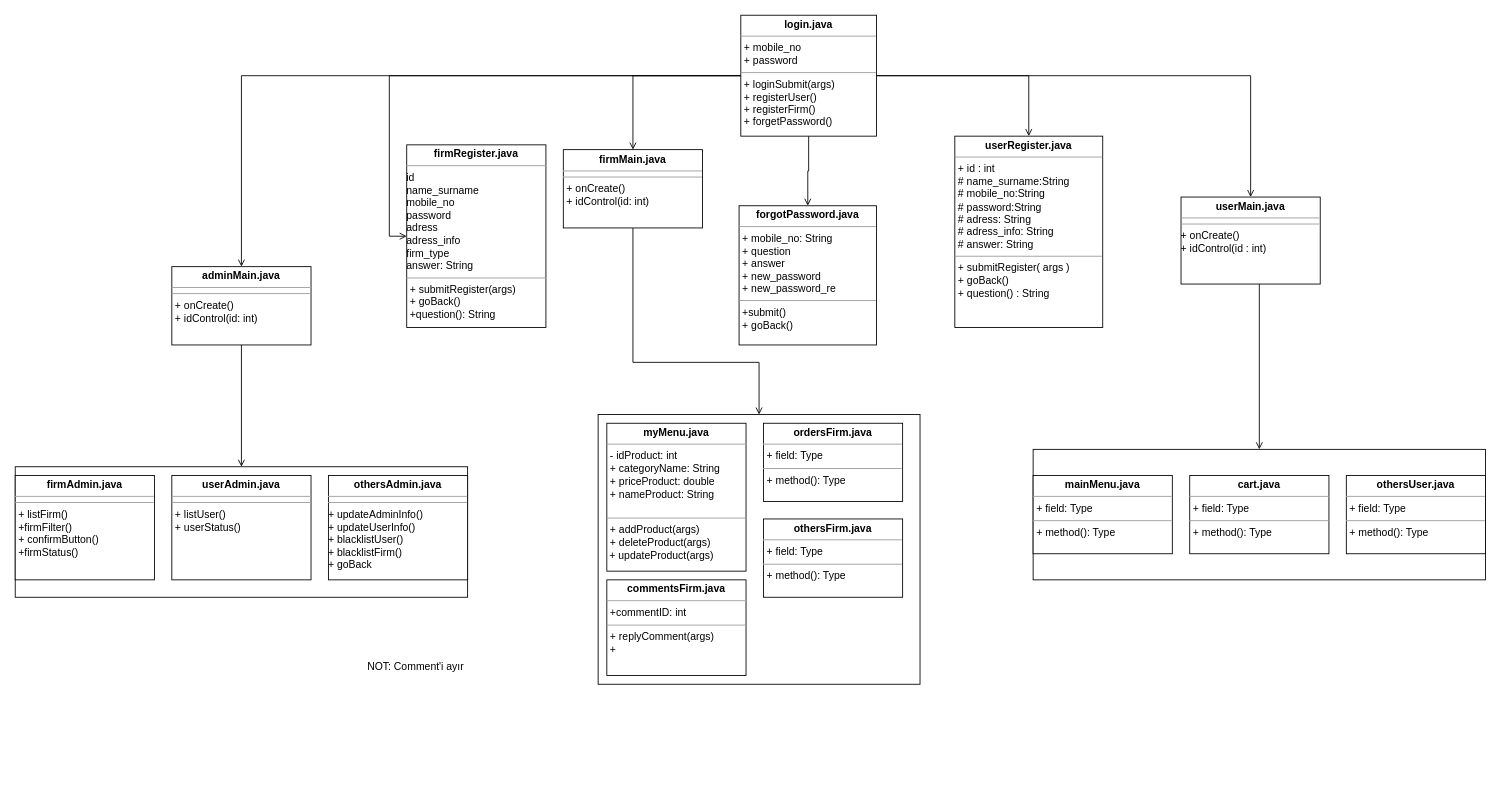
The draw.io diagram documentation/Untitled Diagram.drawio in fatihy101/yemek-siparis-app, before the edit. Source tidied: cells renumbered, new cells numbered last; positions are measured from the earlier drawing's top-left corner, leaving out a move shared by most shapes. Both pictures are drawn from the tidied source at 87%, with x=0, y=0 at pixel (15, 15).
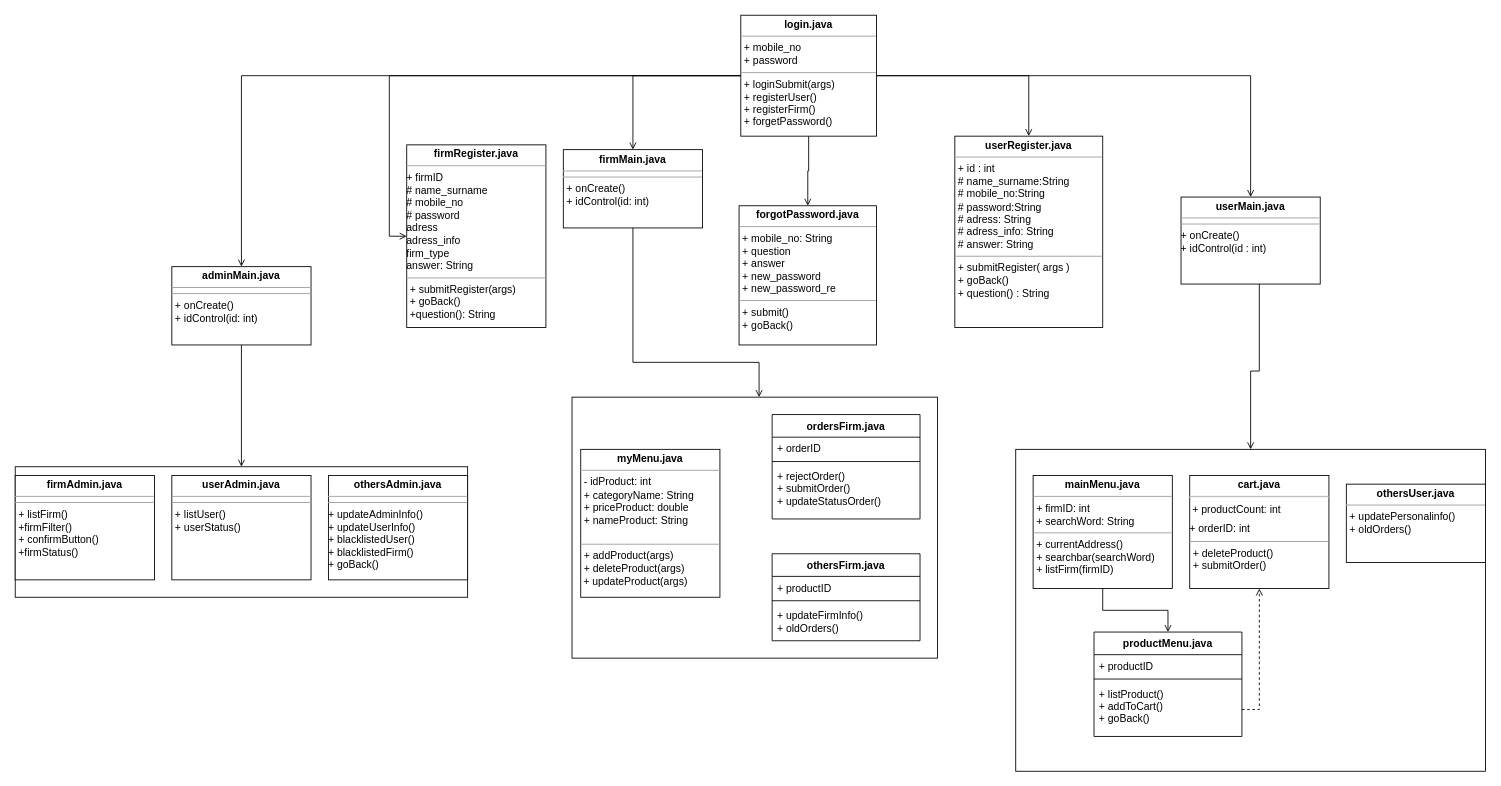
The same page after the edit.

What changed in the source:
```diff
@@
-    <mxCell id="11" value="&lt;p style=&quot;margin: 0px ; margin-top: 4px ; text-align: center&quot;&gt;&lt;b&gt;firmRegister.java&lt;/b&gt;&lt;br&gt;&lt;/p&gt;&lt;hr size=&quot;1&quot;&gt;id&lt;br&gt;name_surname&lt;br&gt;mobile_no&lt;br&gt;password&lt;br&gt;adress&lt;br&gt;adress_info&lt;br&gt;&lt;div&gt;firm_type&lt;/div&gt;&lt;div&gt;answer: String&lt;br&gt;&lt;/div&gt;&lt;hr size=&quot;1&quot;&gt;&lt;p style=&quot;margin: 0px ; margin-left: 4px&quot;&gt;+ submitRegister(args)&lt;/p&gt;&lt;p style=&quot;margin: 0px ; margin-left: 4px&quot;&gt;+ goBack()&lt;/p&gt;&lt;p style=&quot;margin: 0px ; margin-left: 4px&quot;&gt;+question(): String&lt;br&gt;&lt;/p&gt;" style="verticalAlign=top;align=left;overflow=fill;fontSize=12;fontFamily=Helvetica;html=1;" parent="1" vertex="1">
+    <mxCell id="11" value="&lt;p style=&quot;margin: 0px ; margin-top: 4px ; text-align: center&quot;&gt;&lt;b&gt;firmRegister.java&lt;/b&gt;&lt;br&gt;&lt;/p&gt;&lt;hr size=&quot;1&quot;&gt;+ firmID&lt;br&gt;# name_surname&lt;br&gt;# mobile_no&lt;br&gt;# password&lt;br&gt;adress&lt;br&gt;adress_info&lt;br&gt;&lt;div&gt;firm_type&lt;/div&gt;&lt;div&gt;answer: String&lt;br&gt;&lt;/div&gt;&lt;hr size=&quot;1&quot;&gt;&lt;p style=&quot;margin: 0px ; margin-left: 4px&quot;&gt;+ submitRegister(args)&lt;/p&gt;&lt;p style=&quot;margin: 0px ; margin-left: 4px&quot;&gt;+ goBack()&lt;/p&gt;&lt;p style=&quot;margin: 0px ; margin-left: 4px&quot;&gt;+question(): String&lt;br&gt;&lt;/p&gt;" style="verticalAlign=top;align=left;overflow=fill;fontSize=12;fontFamily=Helvetica;html=1;" parent="1" vertex="1">
       <mxGeometry x="450" y="149" width="160" height="210" as="geometry" />
     </mxCell>
@@
-    <mxCell id="20" value="&lt;p style=&quot;margin: 0px ; margin-top: 4px ; text-align: center&quot;&gt;&lt;b&gt;othersAdmin.java&lt;/b&gt;&lt;/p&gt;&lt;hr size=&quot;1&quot;&gt;&lt;hr size=&quot;1&quot;&gt;&lt;div&gt;+ updateAdminInfo()&lt;/div&gt;&lt;div&gt;+ updateUserInfo()&lt;/div&gt;&lt;div&gt;+ blacklistUser()&lt;/div&gt;&lt;div&gt;+ blacklistFirm()&lt;/div&gt;&lt;div&gt;+ goBack&lt;br&gt;&lt;/div&gt;" style="verticalAlign=top;align=left;overflow=fill;fontSize=12;fontFamily=Helvetica;html=1;" parent="1" vertex="1">
+    <mxCell id="20" value="&lt;p style=&quot;margin: 0px ; margin-top: 4px ; text-align: center&quot;&gt;&lt;b&gt;othersAdmin.java&lt;/b&gt;&lt;/p&gt;&lt;hr size=&quot;1&quot;&gt;&lt;hr size=&quot;1&quot;&gt;&lt;div&gt;+ updateAdminInfo()&lt;/div&gt;&lt;div&gt;+ updateUserInfo()&lt;/div&gt;&lt;div&gt;+ blacklistedUser()&lt;/div&gt;&lt;div&gt;+ blacklistedFirm()&lt;/div&gt;&lt;div&gt;+ goBack()&lt;br&gt;&lt;/div&gt;" style="verticalAlign=top;align=left;overflow=fill;fontSize=12;fontFamily=Helvetica;html=1;" parent="1" vertex="1">
       <mxGeometry x="360" y="529" width="160" height="120" as="geometry" />
     </mxCell>
     <mxCell id="21" style="rounded=0;whiteSpace=wrap;html=1;" parent="1" vertex="1">
-      <mxGeometry x="670" y="459" width="370" height="310" as="geometry" />
+      <mxGeometry x="640" y="439" width="420" height="300" as="geometry" />
     </mxCell>
     <mxCell id="22" value="&lt;p style=&quot;margin: 0px ; margin-top: 4px ; text-align: center&quot;&gt;&lt;b&gt;myMenu.java&lt;/b&gt;&lt;/p&gt;&lt;hr size=&quot;1&quot;&gt;&lt;p style=&quot;margin: 0px ; margin-left: 4px&quot;&gt;- idProduct: int&lt;br&gt;&lt;/p&gt;&lt;p style=&quot;margin: 0px ; margin-left: 4px&quot;&gt;+ categoryName: String&lt;/p&gt;&lt;p style=&quot;margin: 0px ; margin-left: 4px&quot;&gt;+ priceProduct: double&lt;/p&gt;&lt;p style=&quot;margin: 0px ; margin-left: 4px&quot;&gt;+ nameProduct: String&lt;/p&gt;&lt;p style=&quot;margin: 0px ; margin-left: 4px&quot;&gt;&lt;br&gt;&lt;/p&gt;&lt;hr size=&quot;1&quot;&gt;&lt;p style=&quot;margin: 0px ; margin-left: 4px&quot;&gt;+ addProduct(args)&lt;/p&gt;&lt;p style=&quot;margin: 0px ; margin-left: 4px&quot;&gt;+ deleteProduct(args)&lt;br&gt;&lt;/p&gt;&amp;nbsp;+ updateProduct(args)" style="verticalAlign=top;align=left;overflow=fill;fontSize=12;fontFamily=Helvetica;html=1;" parent="1" vertex="1">
-      <mxGeometry x="680" y="469" width="160" height="170" as="geometry" />
+      <mxGeometry x="650" y="499" width="160" height="170" as="geometry" />
     </mxCell>
-    <mxCell id="23" value="&lt;p style=&quot;margin: 0px ; margin-top: 4px ; text-align: center&quot;&gt;&lt;b&gt;othersFirm.java&lt;/b&gt;&lt;/p&gt;&lt;hr size=&quot;1&quot;&gt;&lt;p style=&quot;margin: 0px ; margin-left: 4px&quot;&gt;+ field: Type&lt;/p&gt;&lt;hr size=&quot;1&quot;&gt;&lt;p style=&quot;margin: 0px ; margin-left: 4px&quot;&gt;+ method(): Type&lt;/p&gt;" style="verticalAlign=top;align=left;overflow=fill;fontSize=12;fontFamily=Helvetica;html=1;" parent="1" vertex="1">
-      <mxGeometry x="860" y="579" width="160" height="90" as="geometry" />
-    </mxCell>
-    <mxCell id="24" value="&lt;p style=&quot;margin: 0px ; margin-top: 4px ; text-align: center&quot;&gt;&lt;b&gt;ordersFirm.java&lt;/b&gt;&lt;/p&gt;&lt;hr size=&quot;1&quot;&gt;&lt;p style=&quot;margin: 0px ; margin-left: 4px&quot;&gt;+ field: Type&lt;/p&gt;&lt;hr size=&quot;1&quot;&gt;&lt;p style=&quot;margin: 0px ; margin-left: 4px&quot;&gt;+ method(): Type&lt;/p&gt;" style="verticalAlign=top;align=left;overflow=fill;fontSize=12;fontFamily=Helvetica;html=1;" parent="1" vertex="1">
-      <mxGeometry x="860" y="469" width="160" height="90" as="geometry" />
-    </mxCell>
     <mxCell id="25" style="rounded=0;whiteSpace=wrap;html=1;" parent="1" vertex="1">
-      <mxGeometry x="1170" y="499" width="520" height="150" as="geometry" />
+      <mxGeometry x="1150" y="499" width="540" height="370" as="geometry" />
     </mxCell>
+    <mxCell id="32" style="edgeStyle=orthogonalEdgeStyle;rounded=0;jettySize=auto;html=1;entryX=0.5;entryY=0;entryDx=0;entryDy=0;endArrow=open;endFill=0;" parent="1" edge="1" source="26" target="33">
+      <mxGeometry relative="1" as="geometry" />
+    </mxCell>
-    <mxCell id="26" value="&lt;p style=&quot;margin: 0px ; margin-top: 4px ; text-align: center&quot;&gt;&lt;b&gt;mainMenu.java&lt;/b&gt;&lt;/p&gt;&lt;hr size=&quot;1&quot;&gt;&lt;p style=&quot;margin: 0px ; margin-left: 4px&quot;&gt;+ field: Type&lt;/p&gt;&lt;hr size=&quot;1&quot;&gt;&lt;p style=&quot;margin: 0px ; margin-left: 4px&quot;&gt;+ method(): Type&lt;/p&gt;" style="verticalAlign=top;align=left;overflow=fill;fontSize=12;fontFamily=Helvetica;html=1;" parent="1" vertex="1">
-      <mxGeometry x="1170" y="529" width="160" height="90" as="geometry" />
+    <mxCell id="26" value="&lt;p style=&quot;margin: 0px ; margin-top: 4px ; text-align: center&quot;&gt;&lt;b&gt;mainMenu.java&lt;/b&gt;&lt;/p&gt;&lt;hr size=&quot;1&quot;&gt;&lt;p style=&quot;margin: 0px ; margin-left: 4px&quot;&gt;+ firmID: int&lt;br&gt;&lt;/p&gt;&lt;p style=&quot;margin: 0px ; margin-left: 4px&quot;&gt;+ searchWord: String&lt;br&gt;&lt;/p&gt;&lt;hr size=&quot;1&quot;&gt;&lt;p style=&quot;margin: 0px ; margin-left: 4px&quot;&gt;+ currentAddress()&lt;/p&gt;&lt;p style=&quot;margin: 0px ; margin-left: 4px&quot;&gt;+ searchbar(searchWord) &lt;br&gt;&lt;/p&gt;&lt;p style=&quot;margin: 0px ; margin-left: 4px&quot;&gt;+ listFirm(firmID)&lt;/p&gt;&lt;br&gt;&lt;p style=&quot;margin: 0px ; margin-left: 4px&quot;&gt;&lt;br&gt;&lt;/p&gt;&lt;p style=&quot;margin: 0px ; margin-left: 4px&quot;&gt;&lt;br&gt;&lt;/p&gt;" style="verticalAlign=top;align=left;overflow=fill;fontSize=12;fontFamily=Helvetica;html=1;" parent="1" vertex="1">
+      <mxGeometry x="1170" y="529" width="160" height="130" as="geometry" />
     </mxCell>
-    <mxCell id="27" value="&lt;p style=&quot;margin: 0px ; margin-top: 4px ; text-align: center&quot;&gt;&lt;b&gt;cart.java&lt;/b&gt;&lt;/p&gt;&lt;hr size=&quot;1&quot;&gt;&lt;p style=&quot;margin: 0px ; margin-left: 4px&quot;&gt;+ field: Type&lt;/p&gt;&lt;hr size=&quot;1&quot;&gt;&lt;p style=&quot;margin: 0px ; margin-left: 4px&quot;&gt;+ method(): Type&lt;/p&gt;" style="verticalAlign=top;align=left;overflow=fill;fontSize=12;fontFamily=Helvetica;html=1;" parent="1" vertex="1">
-      <mxGeometry x="1350" y="529" width="160" height="90" as="geometry" />
+    <mxCell id="27" value="&lt;p style=&quot;margin: 0px ; margin-top: 4px ; text-align: center&quot;&gt;&lt;b&gt;cart.java&lt;/b&gt;&lt;/p&gt;&lt;hr&gt;&lt;p style=&quot;margin: 4px 0px 0px&quot; align=&quot;left&quot;&gt;&lt;span style=&quot;line-height: 140%&quot;&gt;&amp;nbsp;+ productCount: int&lt;br&gt;&lt;/span&gt;&lt;/p&gt;&lt;p style=&quot;margin: 4px 0px 0px&quot; align=&quot;left&quot;&gt;&lt;span style=&quot;line-height: 140%&quot;&gt;+ orderID: int&lt;br&gt;&lt;/span&gt;&lt;/p&gt;&lt;hr size=&quot;1&quot;&gt;&lt;p style=&quot;margin: 0px ; margin-left: 4px&quot;&gt;+ deleteProduct()&lt;/p&gt;&lt;p style=&quot;margin: 0px ; margin-left: 4px&quot;&gt;+ submitOrder()&lt;br&gt;&lt;/p&gt;" style="verticalAlign=top;align=left;overflow=fill;fontSize=12;fontFamily=Helvetica;html=1;" parent="1" vertex="1">
+      <mxGeometry x="1350" y="529" width="160" height="130" as="geometry" />
     </mxCell>
-    <mxCell id="28" value="&lt;p style=&quot;margin: 0px ; margin-top: 4px ; text-align: center&quot;&gt;&lt;b&gt;othersUser.java&lt;/b&gt;&lt;/p&gt;&lt;hr size=&quot;1&quot;&gt;&lt;p style=&quot;margin: 0px ; margin-left: 4px&quot;&gt;+ field: Type&lt;/p&gt;&lt;hr size=&quot;1&quot;&gt;&lt;p style=&quot;margin: 0px ; margin-left: 4px&quot;&gt;+ method(): Type&lt;/p&gt;" style="verticalAlign=top;align=left;overflow=fill;fontSize=12;fontFamily=Helvetica;html=1;" parent="1" vertex="1">
-      <mxGeometry x="1530" y="529" width="160" height="90" as="geometry" />
+    <mxCell id="28" value="&lt;p style=&quot;margin: 0px ; margin-top: 4px ; text-align: center&quot;&gt;&lt;b&gt;othersUser.java&lt;/b&gt;&lt;/p&gt;&lt;hr size=&quot;1&quot;&gt;&lt;p style=&quot;margin: 0px ; margin-left: 4px&quot;&gt;+ updatePersonalinfo()&lt;/p&gt;&lt;p style=&quot;margin: 0px ; margin-left: 4px&quot;&gt;+ oldOrders()&lt;br&gt;&lt;/p&gt;" style="verticalAlign=top;align=left;overflow=fill;fontSize=12;fontFamily=Helvetica;html=1;" parent="1" vertex="1">
+      <mxGeometry x="1530" y="539" width="160" height="90" as="geometry" />
     </mxCell>
-    <mxCell id="29" value="&lt;p style=&quot;margin: 0px ; margin-top: 4px ; text-align: center&quot;&gt;&lt;b&gt;commentsFirm.java&lt;/b&gt;&lt;/p&gt;&lt;hr size=&quot;1&quot;&gt;&lt;p style=&quot;margin: 0px ; margin-left: 4px&quot;&gt;+commentID: int&lt;br&gt;&lt;/p&gt;&lt;hr size=&quot;1&quot;&gt;&lt;p style=&quot;margin: 0px ; margin-left: 4px&quot;&gt;+ replyComment(args)&lt;/p&gt;&lt;p style=&quot;margin: 0px ; margin-left: 4px&quot;&gt;+&lt;br&gt;&lt;/p&gt;&lt;p style=&quot;margin: 0px ; margin-left: 4px&quot;&gt;&lt;br&gt;&lt;/p&gt;" style="verticalAlign=top;align=left;overflow=fill;fontSize=12;fontFamily=Helvetica;html=1;" parent="1" vertex="1">
-      <mxGeometry x="680" y="649" width="160" height="110" as="geometry" />
-    </mxCell>
-    <mxCell id="30" value="&lt;p style=&quot;margin: 0px ; margin-top: 4px ; text-align: center&quot;&gt;&lt;b&gt;forgotPassword.java&lt;/b&gt;&lt;/p&gt;&lt;hr size=&quot;1&quot;&gt;&lt;p style=&quot;margin: 0px ; margin-left: 4px&quot;&gt;+ mobile_no: String&lt;/p&gt;&lt;p style=&quot;margin: 0px ; margin-left: 4px&quot;&gt;+ question&lt;/p&gt;&lt;p style=&quot;margin: 0px ; margin-left: 4px&quot;&gt;+ answer&lt;/p&gt;&lt;p style=&quot;margin: 0px ; margin-left: 4px&quot;&gt;+ new_password&lt;/p&gt;&lt;p style=&quot;margin: 0px ; margin-left: 4px&quot;&gt;+ new_password_re&lt;br&gt;&lt;/p&gt;&lt;hr size=&quot;1&quot;&gt;&lt;p style=&quot;margin: 0px ; margin-left: 4px&quot;&gt;+submit()&lt;/p&gt;&lt;p style=&quot;margin: 0px ; margin-left: 4px&quot;&gt;+ goBack()&lt;br&gt;&lt;/p&gt;&lt;p style=&quot;margin: 0px ; margin-left: 4px&quot;&gt;&lt;br&gt;&lt;/p&gt;" style="verticalAlign=top;align=left;overflow=fill;fontSize=12;fontFamily=Helvetica;html=1;" parent="1" vertex="1">
+    <mxCell id="30" value="&lt;p style=&quot;margin: 0px ; margin-top: 4px ; text-align: center&quot;&gt;&lt;b&gt;forgotPassword.java&lt;/b&gt;&lt;/p&gt;&lt;hr size=&quot;1&quot;&gt;&lt;p style=&quot;margin: 0px ; margin-left: 4px&quot;&gt;+ mobile_no: String&lt;/p&gt;&lt;p style=&quot;margin: 0px ; margin-left: 4px&quot;&gt;+ question&lt;/p&gt;&lt;p style=&quot;margin: 0px ; margin-left: 4px&quot;&gt;+ answer&lt;/p&gt;&lt;p style=&quot;margin: 0px ; margin-left: 4px&quot;&gt;+ new_password&lt;/p&gt;&lt;p style=&quot;margin: 0px ; margin-left: 4px&quot;&gt;+ new_password_re&lt;br&gt;&lt;/p&gt;&lt;hr size=&quot;1&quot;&gt;&lt;p style=&quot;margin: 0px ; margin-left: 4px&quot;&gt;+ submit()&lt;/p&gt;&lt;p style=&quot;margin: 0px ; margin-left: 4px&quot;&gt;+ goBack()&lt;br&gt;&lt;/p&gt;&lt;p style=&quot;margin: 0px ; margin-left: 4px&quot;&gt;&lt;br&gt;&lt;/p&gt;" style="verticalAlign=top;align=left;overflow=fill;fontSize=12;fontFamily=Helvetica;html=1;" parent="1" vertex="1">
       <mxGeometry x="832" y="219" width="158" height="160" as="geometry" />
     </mxCell>
-    <mxCell id="31" value="NOT: Comment'i ayır " style="text;html=1;align=center;verticalAlign=middle;" parent="1" vertex="1">
-      <mxGeometry x="400" y="739" width="120" height="20" as="geometry" />
-    </mxCell>
+    <mxCell id="33" value="productMenu.java" style="swimlane;fontStyle=1;align=center;verticalAlign=top;horizontal=1;startSize=26;" parent="1" vertex="1">
+      <mxGeometry x="1240" y="709" width="170" height="120" as="geometry" />
+    </mxCell>
+    <mxCell id="34" value="+ productID" style="text;strokeColor=none;fillColor=none;align=left;verticalAlign=top;spacingLeft=4;spacingRight=4;overflow=hidden;" parent="33" vertex="1">
+      <mxGeometry y="26" width="170" height="24" as="geometry" />
+    </mxCell>
+    <mxCell id="35" style="line;strokeWidth=1;fillColor=none;align=left;verticalAlign=middle;spacingTop=-1;spacingLeft=3;spacingRight=3;labelPosition=right;" parent="33" vertex="1">
+      <mxGeometry y="50" width="170" height="8" as="geometry" />
+    </mxCell>
+    <mxCell id="36" value="+ listProduct()&#10;+ addToCart()&#10;+ goBack()&#10;" style="text;strokeColor=none;fillColor=none;align=left;verticalAlign=top;spacingLeft=4;spacingRight=4;overflow=hidden;points=[[0,0.5],[1,0.5]];portConstraint=eastwest;dashed=1;" parent="33" vertex="1">
+      <mxGeometry y="58" width="170" height="62" as="geometry" />
+    </mxCell>
+    <mxCell id="37" style="edgeStyle=orthogonalEdgeStyle;rounded=0;jettySize=auto;html=1;endArrow=open;endFill=0;dashed=1;" parent="1" edge="1" source="36" target="27">
+      <mxGeometry relative="1" as="geometry" />
+    </mxCell>
+    <mxCell id="38" value="othersFirm.java" style="swimlane;fontStyle=1;align=center;verticalAlign=top;horizontal=1;startSize=26;" parent="1" vertex="1">
+      <mxGeometry x="870" y="619" width="170" height="100" as="geometry" />
+    </mxCell>
+    <mxCell id="39" value="+ productID" style="text;strokeColor=none;fillColor=none;align=left;verticalAlign=top;spacingLeft=4;spacingRight=4;overflow=hidden;" parent="38" vertex="1">
+      <mxGeometry y="26" width="170" height="24" as="geometry" />
+    </mxCell>
+    <mxCell id="40" style="line;strokeWidth=1;fillColor=none;align=left;verticalAlign=middle;spacingTop=-1;spacingLeft=3;spacingRight=3;labelPosition=right;" parent="38" vertex="1">
+      <mxGeometry y="50" width="170" height="8" as="geometry" />
+    </mxCell>
+    <mxCell id="41" value="+ updateFirmInfo()&#10;+ oldOrders()&#10;" style="text;strokeColor=none;fillColor=none;align=left;verticalAlign=top;spacingLeft=4;spacingRight=4;overflow=hidden;dashed=1;" parent="38" vertex="1">
+      <mxGeometry y="58" width="170" height="42" as="geometry" />
+    </mxCell>
+    <mxCell id="42" value="ordersFirm.java" style="swimlane;fontStyle=1;align=center;verticalAlign=top;horizontal=1;startSize=26;" parent="1" vertex="1">
+      <mxGeometry x="870" y="459" width="170" height="120" as="geometry" />
+    </mxCell>
+    <mxCell id="43" value="+ orderID" style="text;strokeColor=none;fillColor=none;align=left;verticalAlign=top;spacingLeft=4;spacingRight=4;overflow=hidden;" parent="42" vertex="1">
+      <mxGeometry y="26" width="170" height="24" as="geometry" />
+    </mxCell>
+    <mxCell id="44" style="line;strokeWidth=1;fillColor=none;align=left;verticalAlign=middle;spacingTop=-1;spacingLeft=3;spacingRight=3;labelPosition=right;" parent="42" vertex="1">
+      <mxGeometry y="50" width="170" height="8" as="geometry" />
+    </mxCell>
+    <mxCell id="45" value="+ rejectOrder()&#10;+ submitOrder()&#10;+ updateStatusOrder()&#10;" style="text;strokeColor=none;fillColor=none;align=left;verticalAlign=top;spacingLeft=4;spacingRight=4;overflow=hidden;dashed=1;" parent="42" vertex="1">
+      <mxGeometry y="58" width="170" height="62" as="geometry" />
+    </mxCell>
```
